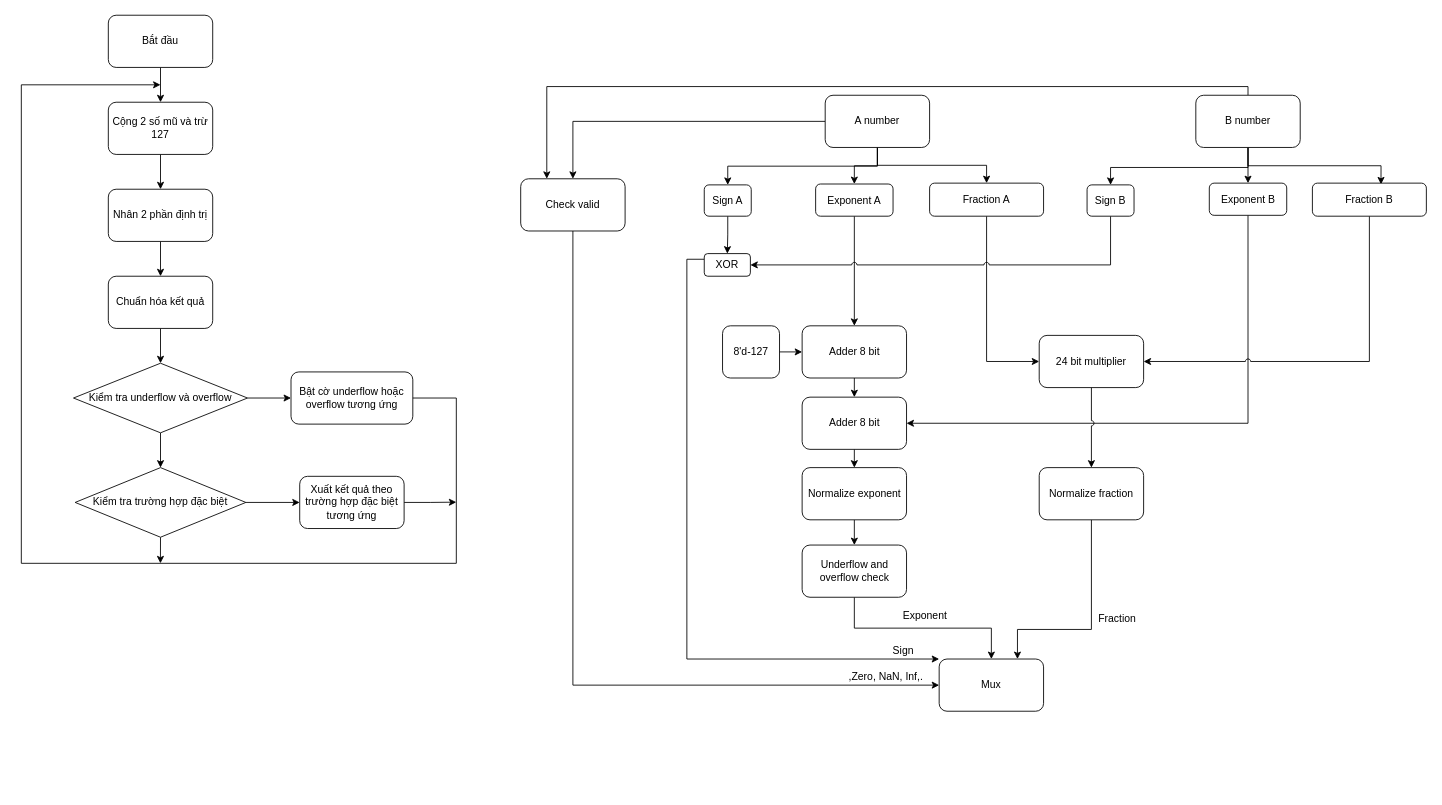
Above: Untitled Diagram.drawio in Huy-Luu/TEST (draw.io), before the change. Source tidied: cells renumbered, new cells numbered last; positions are measured from the earlier drawing's top-left corner, leaving out a move shared by most shapes. Both pictures are drawn from the tidied source at 87%, with x=0, y=0 at pixel (21, 15).
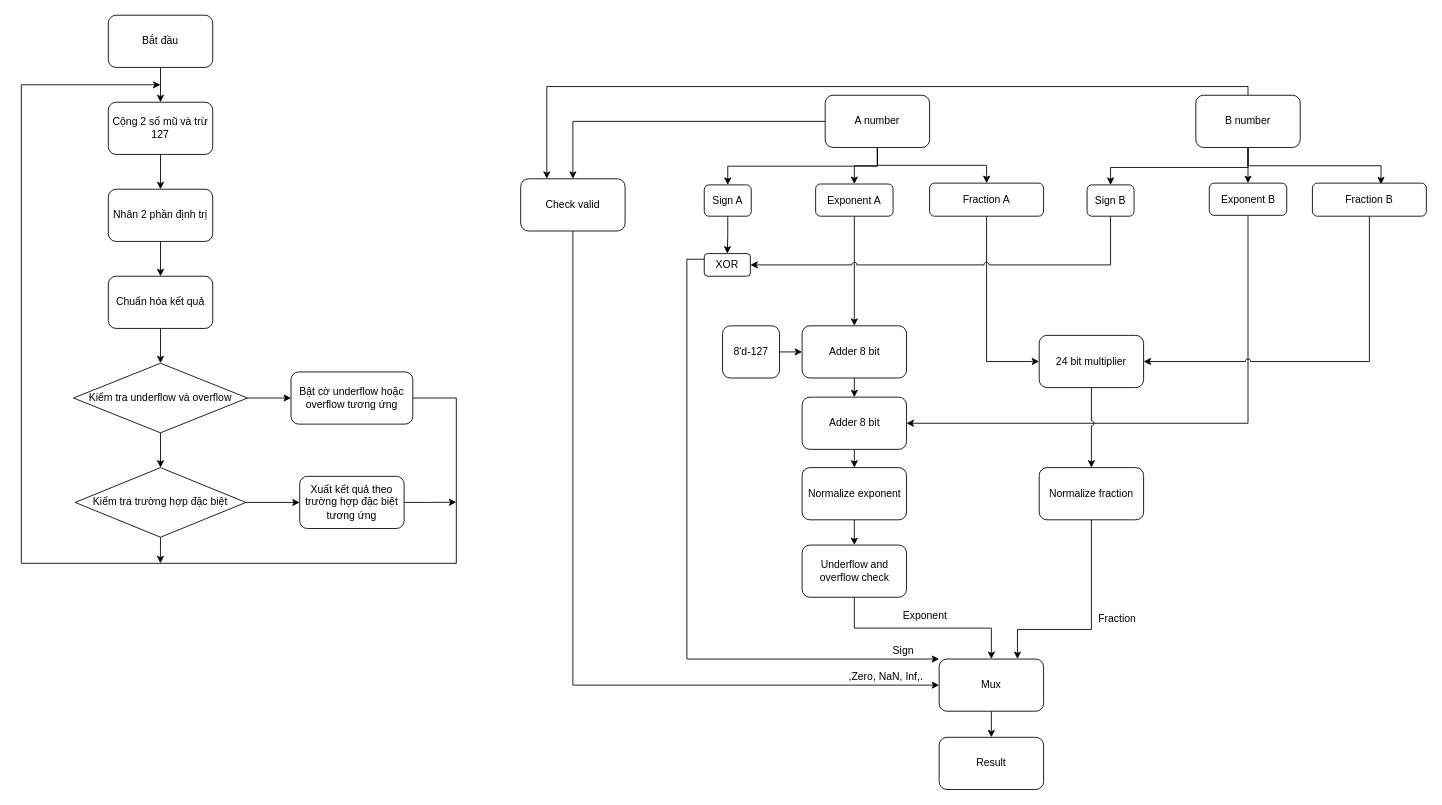
The same diagram, later.

The change refers to these unchanged cells:
```xml
<mxCell id="60" value="Mux" style="rounded=1;whiteSpace=wrap;html=1;" parent="1" vertex="1">
  <mxGeometry x="1055" y="740" width="120" height="60" as="geometry" />
</mxCell>
```

The edit, as a diff of the source:
```diff
@@
+    <mxCell id="65" style="edgeStyle=orthogonalEdgeStyle;rounded=0;jumpStyle=arc;jettySize=auto;html=1;exitX=0.5;exitY=1;exitDx=0;exitDy=0;entryX=0.5;entryY=0;entryDx=0;entryDy=0;" parent="1" edge="1" source="60" target="66">
+      <mxGeometry relative="1" as="geometry" />
+    </mxCell>
@@
+    <mxCell id="66" value="Result" style="rounded=1;whiteSpace=wrap;html=1;" parent="1" vertex="1">
+      <mxGeometry x="1055" y="830" width="120" height="60" as="geometry" />
+    </mxCell>
```
